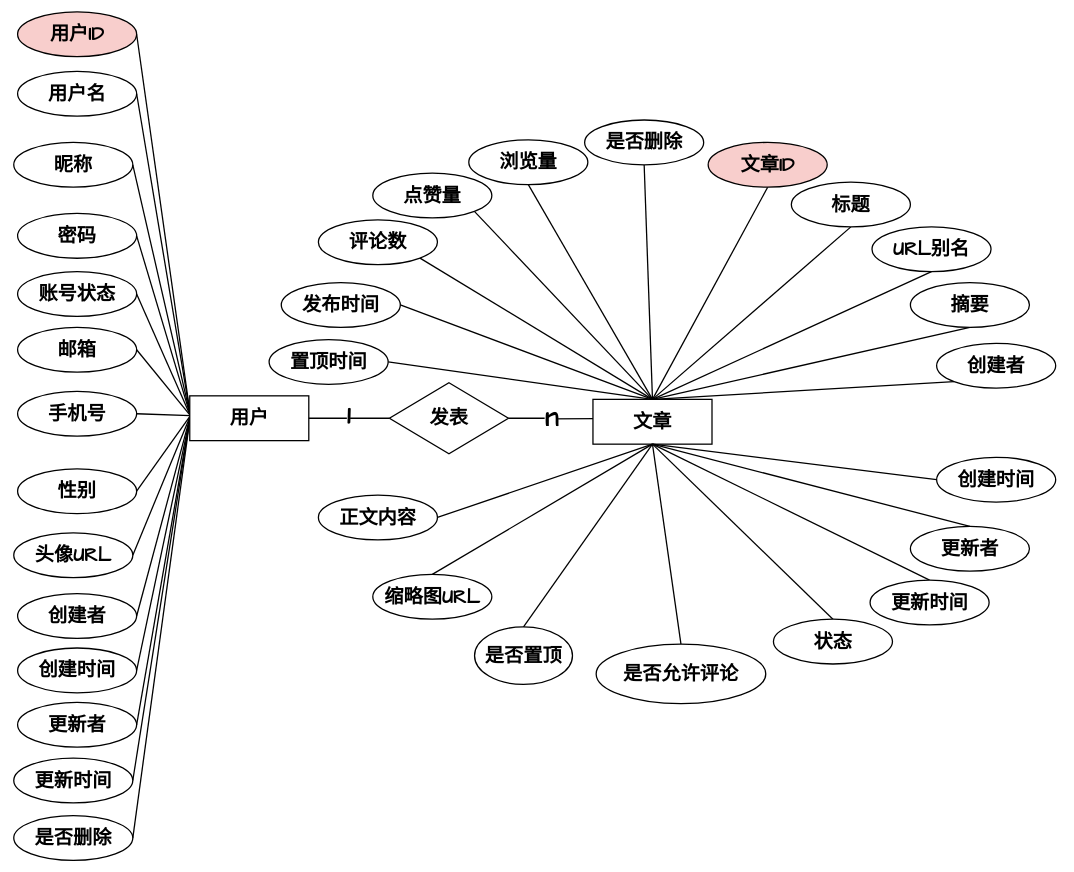
Before: graph/文章核心模块.drawio in zhangbird050801/bird-blog, a draw.io diagram. Source tidied: cells renumbered, new cells numbered last; positions are measured from the earlier drawing's top-left corner, leaving out a move shared by most shapes. Both pictures are drawn from the tidied source at 64%, with x=0, y=0 at pixel (13, 12).
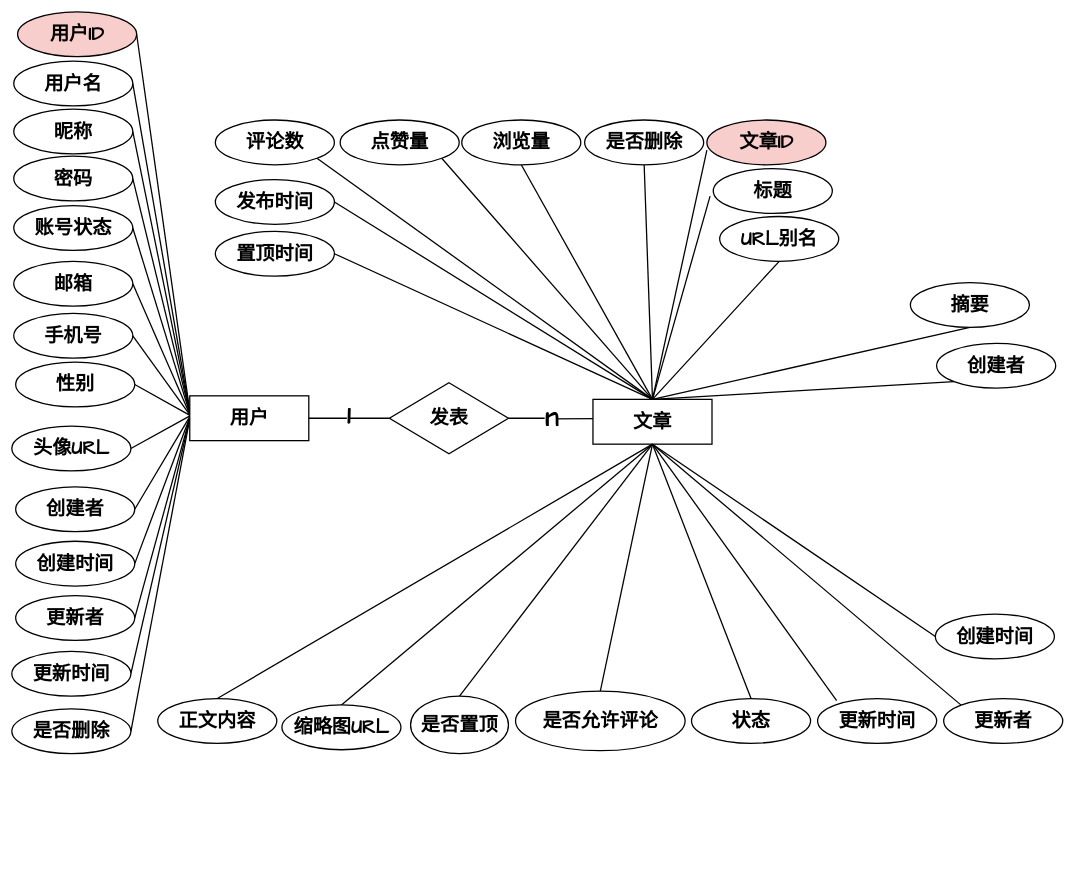
The same diagram, later.

Commit message (it also covers changes not shown here):
更新文章核心模块.drawio

The change refers to these unchanged cells:
```xml
<mxCell id="36" value="文章" style="rounded=0;whiteSpace=wrap;html=1;fontSize=30;fontFamily=Comic Sans MS;strokeColor=default;strokeWidth=2;align=center;verticalAlign=middle;fontColor=default;labelBackgroundColor=default;fontStyle=1;" parent="1" vertex="1">
  <mxGeometry x="905" y="605.5" width="186" height="70" as="geometry" />
</mxCell>
```

Diff of the diagram source:
```diff
@@
     <mxCell id="17" value="账号状态" style="ellipse;whiteSpace=wrap;html=1;fontSize=30;fontFamily=Comic Sans MS;rounded=0;strokeColor=default;strokeWidth=2;align=center;verticalAlign=middle;fontColor=default;labelBackgroundColor=default;fontStyle=1;" parent="1" vertex="1">
-      <mxGeometry x="6" y="406" width="186" height="70" as="geometry" />
+      <mxGeometry y="302.8" width="186" height="70" as="geometry" />
     </mxCell>
     <mxCell id="18" value="密码" style="ellipse;whiteSpace=wrap;html=1;fontSize=30;fontFamily=Comic Sans MS;rounded=0;strokeColor=default;strokeWidth=2;align=center;verticalAlign=middle;fontColor=default;labelBackgroundColor=default;fontStyle=1;" parent="1" vertex="1">
-      <mxGeometry x="6" y="315" width="186" height="70" as="geometry" />
+      <mxGeometry y="225.5" width="186" height="70" as="geometry" />
     </mxCell>
     <mxCell id="19" value="昵称" style="ellipse;whiteSpace=wrap;html=1;fontSize=30;fontFamily=Comic Sans MS;rounded=0;strokeColor=default;strokeWidth=2;align=center;verticalAlign=middle;fontColor=default;labelBackgroundColor=default;fontStyle=1;" parent="1" vertex="1">
-      <mxGeometry y="204" width="186" height="70" as="geometry" />
+      <mxGeometry y="152" width="186" height="70" as="geometry" />
     </mxCell>
     <mxCell id="20" value="用户名" style="ellipse;whiteSpace=wrap;html=1;fontSize=30;fontFamily=Comic Sans MS;rounded=0;strokeColor=default;strokeWidth=2;align=center;verticalAlign=middle;fontColor=default;labelBackgroundColor=default;fontStyle=1;" parent="1" vertex="1">
-      <mxGeometry x="6" y="93" width="186" height="70" as="geometry" />
+      <mxGeometry y="77" width="186" height="70" as="geometry" />
     </mxCell>
     <mxCell id="21" value="创建者" style="ellipse;whiteSpace=wrap;html=1;fontSize=30;fontFamily=Comic Sans MS;rounded=0;strokeColor=default;strokeWidth=2;align=center;verticalAlign=middle;fontColor=default;labelBackgroundColor=default;fontStyle=1;" parent="1" vertex="1">
-      <mxGeometry x="6" y="909" width="186" height="70" as="geometry" />
+      <mxGeometry x="3" y="742.2" width="186" height="70" as="geometry" />
     </mxCell>
     <mxCell id="22" value="头像URL" style="ellipse;whiteSpace=wrap;html=1;fontSize=30;fontFamily=Comic Sans MS;rounded=0;strokeColor=default;strokeWidth=2;align=center;verticalAlign=middle;fontColor=default;labelBackgroundColor=default;fontStyle=1;" parent="1" vertex="1">
-      <mxGeometry y="814" width="186" height="70" as="geometry" />
+      <mxGeometry x="-3" y="647.2" width="186" height="70" as="geometry" />
     </mxCell>
     <mxCell id="23" value="性别" style="ellipse;whiteSpace=wrap;html=1;fontSize=30;fontFamily=Comic Sans MS;rounded=0;strokeColor=default;strokeWidth=2;align=center;verticalAlign=middle;fontColor=default;labelBackgroundColor=default;fontStyle=1;" parent="1" vertex="1">
-      <mxGeometry x="6" y="714" width="186" height="70" as="geometry" />
+      <mxGeometry x="3" y="547.2" width="186" height="70" as="geometry" />
     </mxCell>
     <mxCell id="24" value="手机号" style="ellipse;whiteSpace=wrap;html=1;fontSize=30;fontFamily=Comic Sans MS;rounded=0;strokeColor=default;strokeWidth=2;align=center;verticalAlign=middle;fontColor=default;labelBackgroundColor=default;fontStyle=1;" parent="1" vertex="1">
-      <mxGeometry x="6" y="593" width="186" height="70" as="geometry" />
+      <mxGeometry y="471.2" width="186" height="70" as="geometry" />
     </mxCell>
     <mxCell id="25" value="邮箱" style="ellipse;whiteSpace=wrap;html=1;fontSize=30;fontFamily=Comic Sans MS;rounded=0;strokeColor=default;strokeWidth=2;align=center;verticalAlign=middle;fontColor=default;labelBackgroundColor=default;fontStyle=1;" parent="1" vertex="1">
-      <mxGeometry x="6" y="493" width="186" height="70" as="geometry" />
+      <mxGeometry y="389.8" width="186" height="70" as="geometry" />
     </mxCell>
     <mxCell id="26" value="更新时间" style="ellipse;whiteSpace=wrap;html=1;fontSize=30;fontFamily=Comic Sans MS;rounded=0;strokeColor=default;strokeWidth=2;align=center;verticalAlign=middle;fontColor=default;labelBackgroundColor=default;fontStyle=1;" parent="1" vertex="1">
-      <mxGeometry y="1166" width="186" height="70" as="geometry" />
+      <mxGeometry x="-3" y="999.2" width="186" height="70" as="geometry" />
     </mxCell>
     <mxCell id="27" value="更新者" style="ellipse;whiteSpace=wrap;html=1;fontSize=30;fontFamily=Comic Sans MS;rounded=0;strokeColor=default;strokeWidth=2;align=center;verticalAlign=middle;fontColor=default;labelBackgroundColor=default;fontStyle=1;" parent="1" vertex="1">
-      <mxGeometry x="6" y="1079" width="186" height="70" as="geometry" />
+      <mxGeometry x="3" y="912.2" width="186" height="70" as="geometry" />
     </mxCell>
     <mxCell id="28" value="创建时间" style="ellipse;whiteSpace=wrap;html=1;fontSize=30;fontFamily=Comic Sans MS;rounded=0;strokeColor=default;strokeWidth=2;align=center;verticalAlign=middle;fontColor=default;labelBackgroundColor=default;fontStyle=1;" parent="1" vertex="1">
-      <mxGeometry x="6" y="994" width="186" height="70" as="geometry" />
+      <mxGeometry x="3" y="827.2" width="186" height="70" as="geometry" />
     </mxCell>
@@
     <mxCell id="30" value="是否删除" style="ellipse;whiteSpace=wrap;html=1;fontSize=30;fontFamily=Comic Sans MS;rounded=0;strokeColor=default;strokeWidth=2;align=center;verticalAlign=middle;fontColor=default;labelBackgroundColor=default;fontStyle=1;" parent="1" vertex="1">
-      <mxGeometry y="1256" width="186" height="70" as="geometry" />
+      <mxGeometry x="-3" y="1089.2" width="186" height="70" as="geometry" />
     </mxCell>
@@
-    <mxCell id="37" style="rounded=0;jettySize=auto;html=1;exitX=0.5;exitY=1;exitDx=0;exitDy=0;endArrow=none;endFill=0;fontSize=30;fontFamily=Comic Sans MS;entryX=0.5;entryY=0;entryDx=0;entryDy=0;strokeColor=default;strokeWidth=2;align=center;verticalAlign=middle;fontColor=default;labelBackgroundColor=default;fontStyle=1;" parent="1" edge="1" source="38" target="36">
+    <mxCell id="37" style="rounded=0;jettySize=auto;html=1;exitX=0;exitY=0.671;exitDx=0;exitDy=0;endArrow=none;endFill=0;fontSize=30;fontFamily=Comic Sans MS;entryX=0.5;entryY=0;entryDx=0;entryDy=0;strokeColor=default;strokeWidth=2;align=center;verticalAlign=middle;fontColor=default;labelBackgroundColor=default;fontStyle=1;exitPerimeter=0;" parent="1" edge="1" source="38" target="36">
       <mxGeometry relative="1" as="geometry" />
     </mxCell>
     <mxCell id="38" value="文章ID" style="whiteSpace=wrap;html=1;shape=ellipse;perimeter=ellipsePerimeter;fontSize=30;fontFamily=Comic Sans MS;fillColor=#f8cecc;strokeColor=default;rounded=0;strokeWidth=2;align=center;verticalAlign=middle;fontColor=default;labelBackgroundColor=none;fontStyle=1;" parent="1" vertex="1">
-      <mxGeometry x="1085" y="204" width="186" height="70" as="geometry" />
+      <mxGeometry x="1083" y="169" width="186" height="70" as="geometry" />
     </mxCell>
@@
     <mxCell id="40" value="URL别名" style="whiteSpace=wrap;html=1;shape=ellipse;perimeter=ellipsePerimeter;fontSize=30;fontFamily=Comic Sans MS;rounded=0;strokeColor=default;strokeWidth=2;align=center;verticalAlign=middle;fontColor=default;labelBackgroundColor=default;fontStyle=1;" parent="1" vertex="1">
-      <mxGeometry x="1341" y="336" width="186" height="70" as="geometry" />
+      <mxGeometry x="1103" y="319.8" width="186" height="70" as="geometry" />
     </mxCell>
@@
     <mxCell id="44" value="创建时间" style="whiteSpace=wrap;html=1;shape=ellipse;perimeter=ellipsePerimeter;fontSize=30;fontFamily=Comic Sans MS;rounded=0;strokeColor=default;strokeWidth=2;align=center;verticalAlign=middle;fontColor=default;labelBackgroundColor=default;fontStyle=1;" parent="1" vertex="1">
-      <mxGeometry x="1442" y="696" width="186" height="70" as="geometry" />
+      <mxGeometry x="1440" y="941" width="186" height="70" as="geometry" />
     </mxCell>
-    <mxCell id="45" style="rounded=0;jettySize=auto;html=1;exitX=0.5;exitY=0;exitDx=0;exitDy=0;endArrow=none;endFill=0;fontSize=30;fontFamily=Comic Sans MS;entryX=0.5;entryY=1;entryDx=0;entryDy=0;strokeColor=default;strokeWidth=2;align=center;verticalAlign=middle;fontColor=default;labelBackgroundColor=default;fontStyle=1;" parent="1" edge="1" source="46" target="36">
+    <mxCell id="45" style="rounded=0;jettySize=auto;html=1;exitX=0.16;exitY=0.046;exitDx=0;exitDy=0;endArrow=none;endFill=0;fontSize=30;fontFamily=Comic Sans MS;entryX=0.5;entryY=1;entryDx=0;entryDy=0;strokeColor=default;strokeWidth=2;align=center;verticalAlign=middle;fontColor=default;labelBackgroundColor=default;fontStyle=1;exitPerimeter=0;" parent="1" edge="1" source="46" target="36">
       <mxGeometry relative="1" as="geometry" />
     </mxCell>
     <mxCell id="46" value="更新时间" style="whiteSpace=wrap;html=1;shape=ellipse;perimeter=ellipsePerimeter;fontSize=30;fontFamily=Comic Sans MS;rounded=0;strokeColor=default;strokeWidth=2;align=center;verticalAlign=middle;fontColor=default;labelBackgroundColor=default;fontStyle=1;" parent="1" vertex="1">
-      <mxGeometry x="1338" y="888" width="186" height="70" as="geometry" />
+      <mxGeometry x="1256" y="1073" width="186" height="70" as="geometry" />
     </mxCell>
-    <mxCell id="47" style="rounded=0;jettySize=auto;html=1;exitX=0.5;exitY=0;exitDx=0;exitDy=0;endArrow=none;endFill=0;fontSize=30;fontFamily=Comic Sans MS;entryX=0.5;entryY=1;entryDx=0;entryDy=0;strokeColor=default;strokeWidth=2;align=center;verticalAlign=middle;fontColor=default;labelBackgroundColor=default;fontStyle=1;" parent="1" edge="1" source="48" target="36">
+    <mxCell id="47" style="rounded=0;jettySize=auto;html=1;exitX=0;exitY=0;exitDx=0;exitDy=0;endArrow=none;endFill=0;fontSize=30;fontFamily=Comic Sans MS;entryX=0.5;entryY=1;entryDx=0;entryDy=0;strokeColor=default;strokeWidth=2;align=center;verticalAlign=middle;fontColor=default;labelBackgroundColor=default;fontStyle=1;" parent="1" edge="1" source="48" target="36">
       <mxGeometry relative="1" as="geometry" />
     </mxCell>
     <mxCell id="48" value="更新者" style="whiteSpace=wrap;html=1;shape=ellipse;perimeter=ellipsePerimeter;fontSize=30;fontFamily=Comic Sans MS;rounded=0;strokeColor=default;strokeWidth=2;align=center;verticalAlign=middle;fontColor=default;labelBackgroundColor=default;fontStyle=1;" parent="1" vertex="1">
-      <mxGeometry x="1401" y="804" width="186" height="70" as="geometry" />
+      <mxGeometry x="1453" y="1073" width="186" height="70" as="geometry" />
     </mxCell>
-    <mxCell id="49" style="rounded=0;jettySize=auto;html=1;exitX=1;exitY=0.5;exitDx=0;exitDy=0;endArrow=none;endFill=0;fontSize=30;fontFamily=Comic Sans MS;entryX=0.5;entryY=1;entryDx=0;entryDy=0;strokeColor=default;strokeWidth=2;align=center;verticalAlign=middle;fontColor=default;labelBackgroundColor=default;fontStyle=1;" parent="1" edge="1" source="50" target="36">
+    <mxCell id="49" style="rounded=0;jettySize=auto;html=1;exitX=0.5;exitY=0;exitDx=0;exitDy=0;endArrow=none;endFill=0;fontSize=30;fontFamily=Comic Sans MS;entryX=0.5;entryY=1;entryDx=0;entryDy=0;strokeColor=default;strokeWidth=2;align=center;verticalAlign=middle;fontColor=default;labelBackgroundColor=default;fontStyle=1;" parent="1" edge="1" source="50" target="36">
       <mxGeometry relative="1" as="geometry" />
     </mxCell>
     <mxCell id="50" value="正文内容" style="whiteSpace=wrap;html=1;shape=ellipse;perimeter=ellipsePerimeter;fontSize=30;fontFamily=Comic Sans MS;rounded=0;strokeColor=default;strokeWidth=2;align=center;verticalAlign=middle;fontColor=default;labelBackgroundColor=default;fontStyle=1;" parent="1" vertex="1">
-      <mxGeometry x="476" y="755" width="186" height="70" as="geometry" />
+      <mxGeometry x="225" y="1073" width="186" height="70" as="geometry" />
     </mxCell>
-    <mxCell id="51" style="rounded=0;jettySize=auto;html=1;exitX=0.5;exitY=1;exitDx=0;exitDy=0;entryX=0.5;entryY=0;entryDx=0;entryDy=0;endArrow=none;endFill=0;fontSize=30;fontFamily=Comic Sans MS;strokeColor=default;strokeWidth=2;align=center;verticalAlign=middle;fontColor=default;labelBackgroundColor=default;fontStyle=1;" parent="1" edge="1" source="52" target="36">
+    <mxCell id="51" style="rounded=0;jettySize=auto;html=1;exitX=-0.027;exitY=0.614;exitDx=0;exitDy=0;entryX=0.5;entryY=0;entryDx=0;entryDy=0;endArrow=none;endFill=0;fontSize=30;fontFamily=Comic Sans MS;strokeColor=default;strokeWidth=2;align=center;verticalAlign=middle;fontColor=default;labelBackgroundColor=default;fontStyle=1;exitPerimeter=0;" parent="1" edge="1" source="52" target="36">
       <mxGeometry relative="1" as="geometry" />
     </mxCell>
     <mxCell id="52" value="标题" style="whiteSpace=wrap;html=1;rounded=0;strokeColor=default;align=center;verticalAlign=middle;fontFamily=Comic Sans MS;fontSize=30;fontColor=default;fillColor=default;shape=ellipse;perimeter=ellipsePerimeter;strokeWidth=2;labelBackgroundColor=default;fontStyle=1;" parent="1" vertex="1">
-      <mxGeometry x="1215" y="266" width="186" height="70" as="geometry" />
+      <mxGeometry x="1093" y="245" width="186" height="70" as="geometry" />
     </mxCell>
@@
     <mxCell id="55" value="是否置顶" style="whiteSpace=wrap;html=1;shape=ellipse;perimeter=ellipsePerimeter;fontSize=30;fontFamily=Comic Sans MS;rounded=0;strokeColor=default;strokeWidth=2;align=center;verticalAlign=middle;fontColor=default;labelBackgroundColor=default;fontStyle=1;" parent="1" vertex="1">
-      <mxGeometry x="720" y="961" width="153" height="90" as="geometry" />
+      <mxGeometry x="620" y="1069.2" width="153" height="90" as="geometry" />
     </mxCell>
@@
     <mxCell id="57" value="缩略图URL" style="whiteSpace=wrap;html=1;shape=ellipse;perimeter=ellipsePerimeter;fontSize=30;fontFamily=Comic Sans MS;rounded=0;strokeColor=default;strokeWidth=2;align=center;verticalAlign=middle;fontColor=default;labelBackgroundColor=default;fontStyle=1;" parent="1" vertex="1">
-      <mxGeometry x="561" y="879" width="186" height="70" as="geometry" />
+      <mxGeometry x="419" y="1083" width="186" height="70" as="geometry" />
     </mxCell>
@@
     <mxCell id="59" value="状态" style="whiteSpace=wrap;html=1;rounded=0;shape=ellipse;perimeter=ellipsePerimeter;fontSize=30;fontFamily=Comic Sans MS;strokeColor=default;strokeWidth=2;align=center;verticalAlign=middle;fontColor=default;labelBackgroundColor=default;fontStyle=1;" parent="1" vertex="1">
-      <mxGeometry x="1187" y="949" width="186" height="70" as="geometry" />
+      <mxGeometry x="1059" y="1073" width="186" height="70" as="geometry" />
     </mxCell>
     <mxCell id="60" value="是否允许评论" style="whiteSpace=wrap;html=1;shape=ellipse;perimeter=ellipsePerimeter;fontSize=30;fontFamily=Comic Sans MS;rounded=0;strokeColor=default;strokeWidth=2;align=center;verticalAlign=middle;fontColor=default;labelBackgroundColor=default;fontStyle=1;" parent="1" vertex="1">
-      <mxGeometry x="910" y="988" width="265" height="93" as="geometry" />
+      <mxGeometry x="784" y="1061.5" width="265" height="93" as="geometry" />
     </mxCell>
@@
     <mxCell id="62" value="置顶时间" style="whiteSpace=wrap;html=1;shape=ellipse;perimeter=ellipsePerimeter;fontSize=30;fontFamily=Comic Sans MS;rounded=0;strokeColor=default;strokeWidth=2;align=center;verticalAlign=middle;fontColor=default;labelBackgroundColor=default;fontStyle=1;" parent="1" vertex="1">
-      <mxGeometry x="399" y="512" width="186" height="70" as="geometry" />
+      <mxGeometry x="315" y="343" width="186" height="70" as="geometry" />
     </mxCell>
@@
     <mxCell id="64" value="浏览量" style="whiteSpace=wrap;html=1;shape=ellipse;perimeter=ellipsePerimeter;fontSize=30;fontFamily=Comic Sans MS;rounded=0;strokeColor=default;strokeWidth=2;align=center;verticalAlign=middle;fontColor=default;labelBackgroundColor=default;fontStyle=1;" parent="1" vertex="1">
-      <mxGeometry x="711" y="200" width="186" height="70" as="geometry" />
+      <mxGeometry x="700" y="169" width="186" height="70" as="geometry" />
     </mxCell>
@@
     <mxCell id="67" value="评论数" style="whiteSpace=wrap;html=1;rounded=0;shape=ellipse;perimeter=ellipsePerimeter;fontSize=30;fontFamily=Comic Sans MS;strokeColor=default;strokeWidth=2;align=center;verticalAlign=middle;fontColor=default;labelBackgroundColor=default;fontStyle=1;" parent="1" vertex="1">
-      <mxGeometry x="476" y="325" width="186" height="70" as="geometry" />
+      <mxGeometry x="315" y="169" width="186" height="70" as="geometry" />
     </mxCell>
@@
     <mxCell id="69" value="点赞量" style="whiteSpace=wrap;html=1;shape=ellipse;perimeter=ellipsePerimeter;fontSize=30;fontFamily=Comic Sans MS;rounded=0;strokeColor=default;strokeWidth=2;align=center;verticalAlign=middle;fontColor=default;labelBackgroundColor=default;fontStyle=1;" parent="1" vertex="1">
-      <mxGeometry x="561" y="252" width="186" height="70" as="geometry" />
+      <mxGeometry x="510" y="169" width="186" height="70" as="geometry" />
     </mxCell>
     <mxCell id="70" value="发布时间" style="whiteSpace=wrap;html=1;shape=ellipse;perimeter=ellipsePerimeter;fontSize=30;fontFamily=Comic Sans MS;rounded=0;strokeColor=default;strokeWidth=2;align=center;verticalAlign=middle;fontColor=default;labelBackgroundColor=default;fontStyle=1;" parent="1" vertex="1">
-      <mxGeometry x="418" y="423" width="186" height="70" as="geometry" />
+      <mxGeometry x="315" y="262" width="186" height="70" as="geometry" />
     </mxCell>
```
